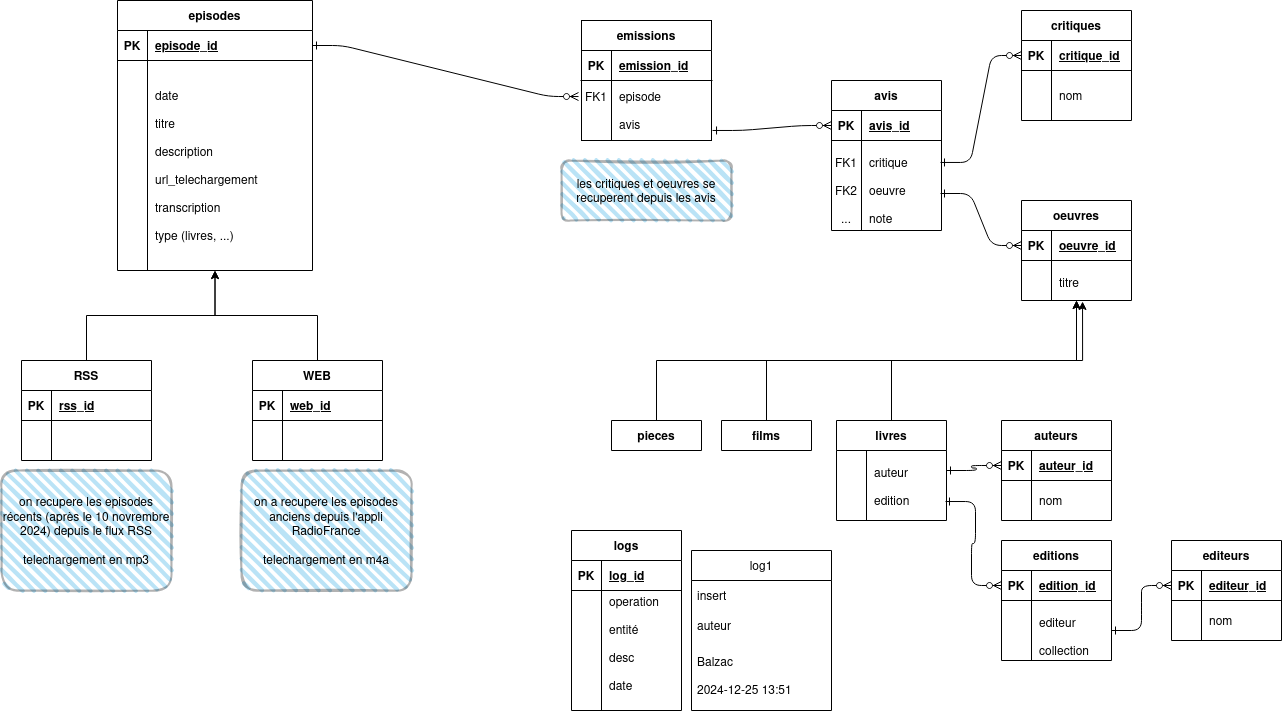
Above: db/lmelp.drawio.png in castorfou/lmelp (draw.io), before the change. Source tidied: cells renumbered, new cells last; positions are measured from the earlier drawing's top-left corner, leaving out a move shared by most shapes.
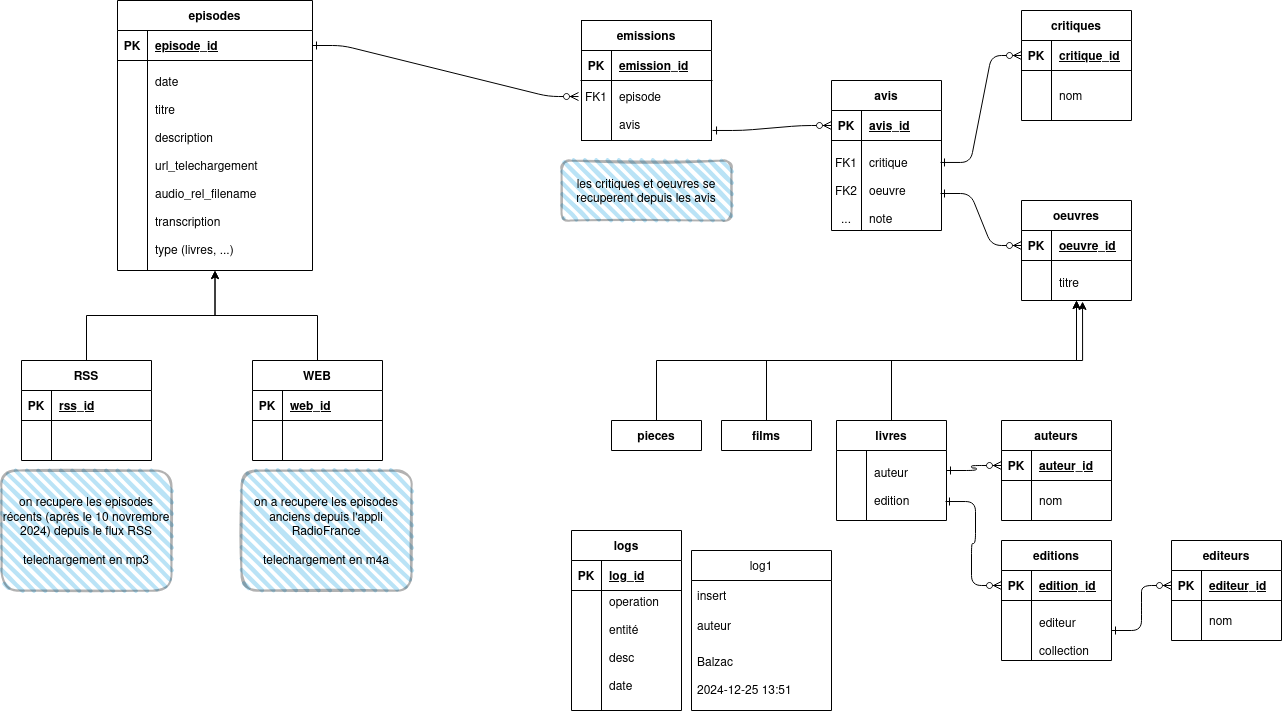
Later version of the same file.

Commit message:
audio rel filename

What changed in the source:
```diff
@@ -248,7 +248,7 @@
     <mxCell id="83" style="shape=partialRectangle;overflow=hidden;fillColor=none;top=0;left=0;bottom=0;right=0;" parent="82" vertex="1">
       <mxGeometry width="30" height="210" as="geometry" />
     </mxCell>
-    <mxCell id="84" value="date&#10;&#10;titre&#10;&#10;description&#10;&#10;url_telechargement&#10;&#10;transcription&#10;&#10;type (livres, ...)" style="shape=partialRectangle;overflow=hidden;fillColor=none;top=0;left=0;bottom=0;right=0;align=left;spacingLeft=6;" parent="82" vertex="1">
+    <mxCell id="84" value="date&#10;&#10;titre&#10;&#10;description&#10;&#10;url_telechargement&#10;&#10;audio_rel_filename&#10;&#10;transcription&#10;&#10;type (livres, ...)" style="shape=partialRectangle;overflow=hidden;fillColor=none;top=0;left=0;bottom=0;right=0;align=left;spacingLeft=6;" parent="82" vertex="1">
       <mxGeometry x="30" width="165" height="210" as="geometry" />
     </mxCell>
     <mxCell id="85" value="RSS" style="shape=table;startSize=30;rowLines=0;fontStyle=1;align=center;" parent="1" vertex="1">
```
